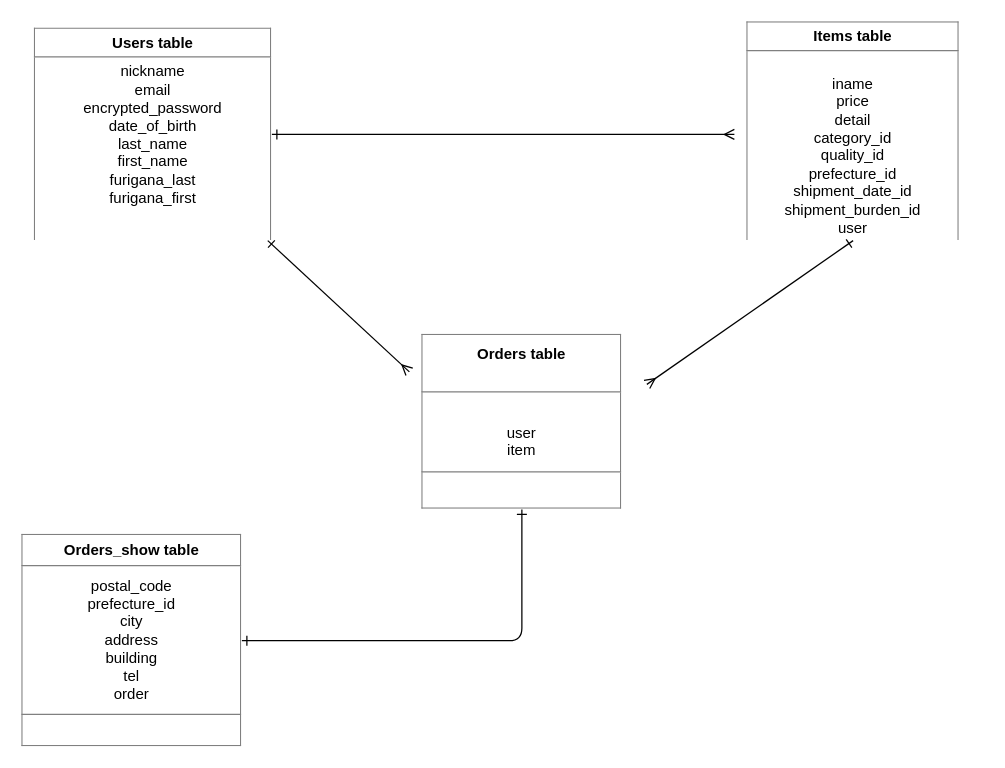
haruna666/furima-31738 keeps this draw.io diagram as furima.dio. Above is the earlier version. Source tidied: cells renumbered, new cells numbered last; positions are measured from the earlier drawing's top-left corner, leaving out a move shared by most shapes. Both pictures are drawn from the tidied source at 125%, with x=0, y=0 at pixel (21, 21).
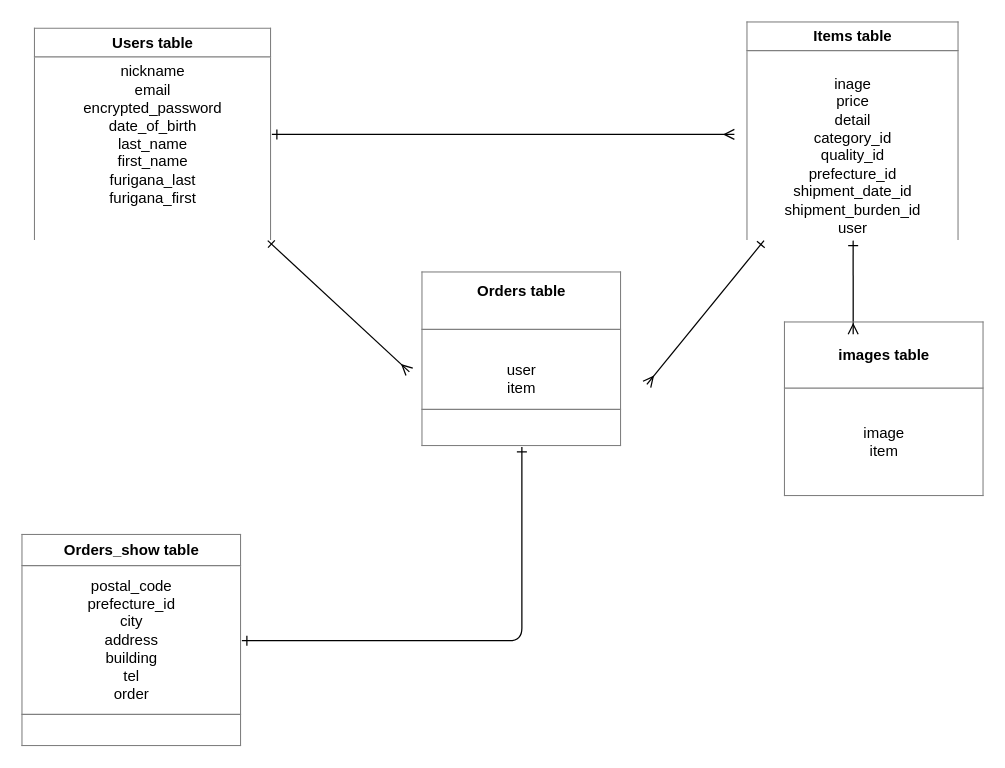
Above is the later version.

What changed in the source:
```diff
@@
 <mxGraphModel>
   <root>
     <mxCell id="0" />
     <mxCell id="1" parent="0" />
     <mxCell id="2" style="edgeStyle=none;rounded=1;jettySize=auto;html=1;endArrow=ERmany;endFill=0;startArrow=ERone;startFill=0;" parent="1" edge="1" source="4">
       <mxGeometry relative="1" as="geometry">
         <mxPoint x="570" y="90" as="targetPoint" />
       </mxGeometry>
     </mxCell>
     <mxCell id="3" style="edgeStyle=none;rounded=1;jettySize=auto;html=1;startArrow=ERone;startFill=0;endArrow=ERmany;endFill=0;" parent="1" edge="1" source="4">
       <mxGeometry relative="1" as="geometry">
         <mxPoint x="310" y="280" as="targetPoint" />
       </mxGeometry>
     </mxCell>
     <mxCell id="4" value="&lt;table border=&quot;1&quot; width=&quot;100%&quot; cellpadding=&quot;4&quot; style=&quot;width: 100% ; height: 100% ; border-collapse: collapse&quot;&gt;&lt;tbody&gt;&lt;tr&gt;&lt;th align=&quot;center&quot;&gt;Users table&lt;/th&gt;&lt;/tr&gt;&lt;tr&gt;&lt;td align=&quot;center&quot;&gt;nickname&lt;br&gt;email&lt;br&gt;encrypted_password&lt;br&gt;date_of_birth&lt;br&gt;last_name&lt;br&gt;first_name&lt;br&gt;furigana_last&lt;br&gt;furigana_first&lt;br&gt;&lt;br&gt;&lt;br&gt;&lt;/td&gt;&lt;/tr&gt;&lt;tr&gt;&lt;td&gt;&lt;div style=&quot;text-align: center&quot;&gt;&lt;br&gt;&lt;/div&gt;&lt;/td&gt;&lt;/tr&gt;&lt;/tbody&gt;&lt;/table&gt;" style="text;html=1;strokeColor=none;fillColor=none;overflow=fill;" parent="1" vertex="1">
       <mxGeometry x="10" y="5" width="190" height="170" as="geometry" />
     </mxCell>
-    <mxCell id="5" style="edgeStyle=none;rounded=1;jettySize=auto;html=1;exitX=0.5;exitY=1;exitDx=0;exitDy=0;startArrow=ERone;startFill=0;endArrow=ERmany;endFill=0;" parent="1" edge="1" source="6">
+    <mxCell id="5" style="edgeStyle=none;rounded=1;jettySize=auto;html=1;startArrow=ERone;startFill=0;endArrow=ERmany;endFill=0;" parent="1" edge="1" source="6">
       <mxGeometry relative="1" as="geometry">
         <mxPoint x="500" y="290" as="targetPoint" />
       </mxGeometry>
     </mxCell>
+    <mxCell id="10" style="edgeStyle=none;rounded=0;jettySize=auto;html=1;entryX=0.344;entryY=0.071;entryDx=0;entryDy=0;entryPerimeter=0;endArrow=ERmany;endFill=0;startArrow=ERone;startFill=0;" parent="1" edge="1" source="6" target="11">
+      <mxGeometry relative="1" as="geometry" />
+    </mxCell>
-    <mxCell id="6" value="&lt;table border=&quot;1&quot; width=&quot;100%&quot; cellpadding=&quot;4&quot; style=&quot;width: 100% ; height: 100% ; border-collapse: collapse&quot;&gt;&lt;tbody&gt;&lt;tr&gt;&lt;th align=&quot;center&quot;&gt;Items table&lt;/th&gt;&lt;/tr&gt;&lt;tr&gt;&lt;td align=&quot;center&quot;&gt;&lt;br&gt;iname&lt;br&gt;price&lt;br&gt;detail&lt;br&gt;category_id&lt;br&gt;quality_id&lt;br&gt;prefecture_id&lt;br&gt;shipment_date_id&lt;br&gt;shipment_burden_id&lt;br&gt;user&lt;br&gt;&lt;br&gt;&lt;/td&gt;&lt;/tr&gt;&lt;tr&gt;&lt;td align=&quot;center&quot;&gt;&lt;br&gt;&lt;/td&gt;&lt;/tr&gt;&lt;/tbody&gt;&lt;/table&gt;" style="text;html=1;strokeColor=none;fillColor=none;overflow=fill;" parent="1" vertex="1">
+    <mxCell id="6" value="&lt;table border=&quot;1&quot; width=&quot;100%&quot; cellpadding=&quot;4&quot; style=&quot;width: 100% ; height: 100% ; border-collapse: collapse&quot;&gt;&lt;tbody&gt;&lt;tr&gt;&lt;th align=&quot;center&quot;&gt;Items table&lt;/th&gt;&lt;/tr&gt;&lt;tr&gt;&lt;td align=&quot;center&quot;&gt;&lt;br&gt;inage&lt;br&gt;price&lt;br&gt;detail&lt;br&gt;category_id&lt;br&gt;quality_id&lt;br&gt;prefecture_id&lt;br&gt;shipment_date_id&lt;br&gt;shipment_burden_id&lt;br&gt;user&lt;br&gt;&lt;br&gt;&lt;/td&gt;&lt;/tr&gt;&lt;tr&gt;&lt;td align=&quot;center&quot;&gt;&lt;br&gt;&lt;/td&gt;&lt;/tr&gt;&lt;/tbody&gt;&lt;/table&gt;" style="text;html=1;strokeColor=none;fillColor=none;overflow=fill;" parent="1" vertex="1">
       <mxGeometry x="580" width="170" height="175" as="geometry" />
     </mxCell>
     <mxCell id="7" style="edgeStyle=orthogonalEdgeStyle;rounded=1;jettySize=auto;html=1;exitX=1;exitY=0.5;exitDx=0;exitDy=0;entryX=0.5;entryY=1;entryDx=0;entryDy=0;startArrow=ERone;startFill=0;endArrow=ERone;endFill=0;" parent="1" edge="1" source="8" target="9">
       <mxGeometry relative="1" as="geometry" />
     </mxCell>
     <mxCell id="8" value="&lt;table border=&quot;1&quot; width=&quot;100%&quot; cellpadding=&quot;4&quot; style=&quot;width: 100% ; height: 100% ; border-collapse: collapse&quot;&gt;&lt;tbody&gt;&lt;tr&gt;&lt;th align=&quot;center&quot;&gt;Orders_show table&lt;/th&gt;&lt;/tr&gt;&lt;tr&gt;&lt;td align=&quot;center&quot;&gt;postal_code&lt;br&gt;prefecture_id&lt;br&gt;city&lt;br&gt;address&lt;br&gt;building&lt;br&gt;tel&lt;br&gt;order&lt;/td&gt;&lt;/tr&gt;&lt;tr&gt;&lt;td align=&quot;center&quot;&gt;&lt;br&gt;&lt;/td&gt;&lt;/tr&gt;&lt;/tbody&gt;&lt;/table&gt;" style="text;html=1;strokeColor=none;fillColor=none;overflow=fill;" parent="1" vertex="1">
       <mxGeometry y="410" width="176" height="170" as="geometry" />
     </mxCell>
     <mxCell id="9" value="&lt;table border=&quot;1&quot; width=&quot;100%&quot; cellpadding=&quot;4&quot; style=&quot;width: 100% ; height: 100% ; border-collapse: collapse&quot;&gt;&lt;tbody&gt;&lt;tr&gt;&lt;th align=&quot;center&quot;&gt;Orders table&lt;br&gt;&lt;br&gt;&lt;/th&gt;&lt;/tr&gt;&lt;tr&gt;&lt;td align=&quot;center&quot;&gt;&lt;br&gt;user&lt;br&gt;item&lt;/td&gt;&lt;/tr&gt;&lt;tr&gt;&lt;td align=&quot;center&quot;&gt;&lt;br&gt;&lt;/td&gt;&lt;/tr&gt;&lt;/tbody&gt;&lt;/table&gt;" style="text;html=1;strokeColor=none;fillColor=none;overflow=fill;" parent="1" vertex="1">
-      <mxGeometry x="320" y="250" width="160" height="140" as="geometry" />
+      <mxGeometry x="320" y="200" width="160" height="140" as="geometry" />
     </mxCell>
+    <mxCell id="11" value="&lt;table border=&quot;1&quot; width=&quot;100%&quot; cellpadding=&quot;4&quot; style=&quot;width: 100% ; height: 100% ; border-collapse: collapse&quot;&gt;&lt;tbody&gt;&lt;tr&gt;&lt;th align=&quot;center&quot;&gt;images table&lt;/th&gt;&lt;/tr&gt;&lt;tr&gt;&lt;td align=&quot;center&quot;&gt;image&lt;br&gt;item&lt;/td&gt;&lt;/tr&gt;&lt;/tbody&gt;&lt;/table&gt;" style="text;html=1;strokeColor=none;fillColor=none;overflow=fill;" parent="1" vertex="1">
+      <mxGeometry x="610" y="240" width="160" height="140" as="geometry" />
+    </mxCell>
   </root>
 </mxGraphModel>
```
